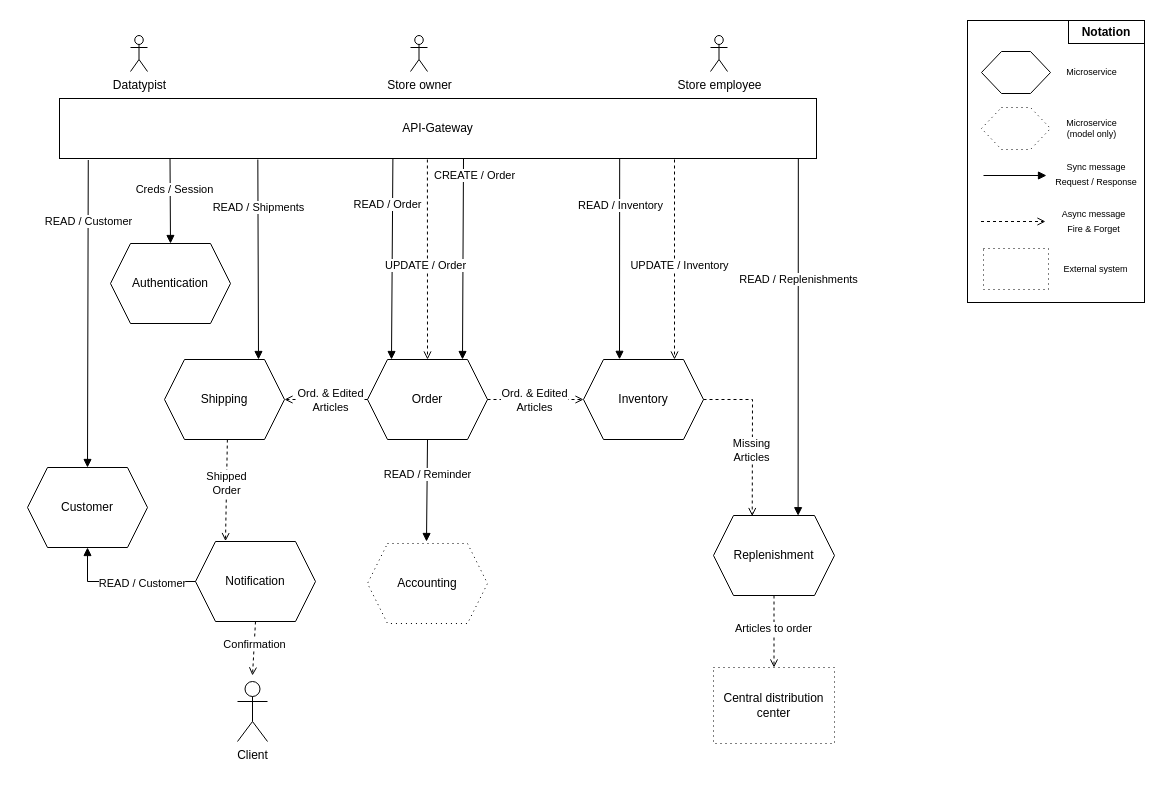
Above: documentation/src/docs/asciidoc/diagrams/microservice-diagram.drawio in davidohnee/swda (draw.io), before the change. Source tidied: cells renumbered, new cells numbered last; positions are measured from the earlier drawing's top-left corner, leaving out a move shared by most shapes. Both pictures are drawn from the tidied source at 100%, with x=0, y=0 at pixel (27, 17).
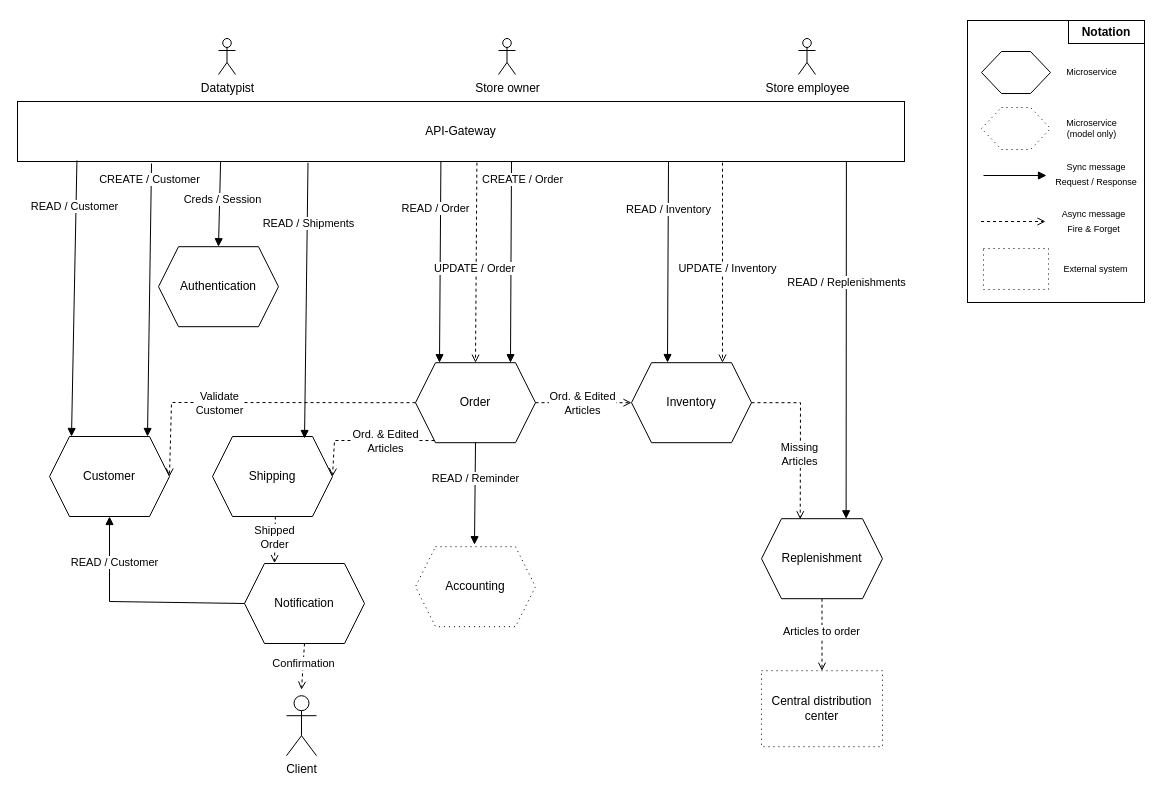
The same page after the edit.

Commit message (it also covers changes not shown here):
update microservice diagram

Change to the diagram source:
```diff
@@
     <mxCell id="9" value="API-Gateway" style="rounded=0;whiteSpace=wrap;html=1;" parent="1" vertex="1">
-      <mxGeometry x="32" y="81" width="757" height="60" as="geometry" />
+      <mxGeometry x="-10" y="84" width="887" height="60" as="geometry" />
     </mxCell>
     <mxCell id="10" value="Shipping" style="shape=hexagon;perimeter=hexagonPerimeter2;whiteSpace=wrap;html=1;fixedSize=1;" parent="1" vertex="1">
-      <mxGeometry x="137" y="342" width="120" height="80" as="geometry" />
+      <mxGeometry x="185" y="419" width="120" height="80" as="geometry" />
     </mxCell>
     <mxCell id="11" value="Order" style="shape=hexagon;perimeter=hexagonPerimeter2;whiteSpace=wrap;html=1;fixedSize=1;" parent="1" vertex="1">
-      <mxGeometry x="340" y="342" width="120" height="80" as="geometry" />
+      <mxGeometry x="388" y="345.2" width="120" height="80" as="geometry" />
     </mxCell>
     <mxCell id="12" value="Inventory" style="shape=hexagon;perimeter=hexagonPerimeter2;whiteSpace=wrap;html=1;fixedSize=1;" parent="1" vertex="1">
-      <mxGeometry x="556" y="342" width="120" height="80" as="geometry" />
+      <mxGeometry x="604" y="345.2" width="120" height="80" as="geometry" />
     </mxCell>
     <mxCell id="13" value="Authentication" style="shape=hexagon;perimeter=hexagonPerimeter2;whiteSpace=wrap;html=1;fixedSize=1;" parent="1" vertex="1">
-      <mxGeometry x="83" y="226" width="120" height="80" as="geometry" />
+      <mxGeometry x="131" y="229.2" width="120" height="80" as="geometry" />
     </mxCell>
@@
-    <mxCell id="16" style="html=1;verticalAlign=bottom;labelBackgroundColor=none;endArrow=block;endFill=1;rounded=0;exitX=0.146;exitY=1;exitDx=0;exitDy=0;exitPerimeter=0;entryX=0.5;entryY=0;entryDx=0;entryDy=0;" parent="1" edge="1" source="9" target="13">
-      <mxGeometry relative="1" as="geometry" />
+    <mxCell id="16" style="html=1;verticalAlign=bottom;labelBackgroundColor=none;endArrow=block;endFill=1;rounded=0;exitX=0.146;exitY=1;exitDx=0;exitDy=0;exitPerimeter=0;entryX=0.5;entryY=0;entryDx=0;entryDy=0;" parent="1" edge="1" target="13">
+      <mxGeometry relative="1" as="geometry">
+        <mxPoint x="193.1" y="144.2" as="sourcePoint" />
+      </mxGeometry>
     </mxCell>
     <mxCell id="17" value="Creds / Session" style="edgeLabel;html=1;align=center;verticalAlign=middle;" parent="16" vertex="1">
       <mxGeometry x="-0.06" y="-1" relative="1" as="geometry">
-        <mxPoint x="5" y="-10" as="offset" />
+        <mxPoint x="3" y="-3" as="offset" />
       </mxGeometry>
     </mxCell>
@@
-    <mxCell id="20" style="html=1;verticalAlign=bottom;labelBackgroundColor=none;endArrow=block;endFill=1;rounded=0;entryX=0.625;entryY=0;entryDx=0;entryDy=0;exitX=0.262;exitY=1.017;exitDx=0;exitDy=0;exitPerimeter=0;" parent="1" edge="1" source="9">
+    <mxCell id="20" style="html=1;verticalAlign=bottom;labelBackgroundColor=none;endArrow=block;endFill=1;rounded=0;entryX=0.767;entryY=0.025;entryDx=0;entryDy=0;exitX=0.262;exitY=1.017;exitDx=0;exitDy=0;exitPerimeter=0;entryPerimeter=0;" parent="1" edge="1" target="10">
       <mxGeometry relative="1" as="geometry">
-        <mxPoint x="231" y="342" as="targetPoint" />
+        <mxPoint x="280.5" y="145.2" as="sourcePoint" />
       </mxGeometry>
     </mxCell>
     <mxCell id="21" value="READ / Shipments" style="edgeLabel;html=1;align=center;verticalAlign=middle;" parent="20" vertex="1">
       <mxGeometry x="-0.06" y="-1" relative="1" as="geometry">
-        <mxPoint x="1" y="-47" as="offset" />
+        <mxPoint x="3" y="-70" as="offset" />
       </mxGeometry>
     </mxCell>
     <mxCell id="22" style="html=1;verticalAlign=bottom;labelBackgroundColor=none;endArrow=block;endFill=1;rounded=0;entryX=0.292;entryY=0.005;entryDx=0;entryDy=0;entryPerimeter=0;exitX=0.455;exitY=1.006;exitDx=0;exitDy=0;exitPerimeter=0;" parent="1" edge="1">
       <mxGeometry relative="1" as="geometry">
-        <mxPoint x="365.4" y="141" as="sourcePoint" />
-        <mxPoint x="364" y="342" as="targetPoint" />
+        <mxPoint x="413.4" y="144.2" as="sourcePoint" />
+        <mxPoint x="412" y="345.2" as="targetPoint" />
       </mxGeometry>
     </mxCell>
@@
-    <mxCell id="24" style="html=1;verticalAlign=bottom;labelBackgroundColor=none;endArrow=block;endFill=1;rounded=0;entryX=0.3;entryY=-0.002;entryDx=0;entryDy=0;entryPerimeter=0;exitX=0.74;exitY=1;exitDx=0;exitDy=0;exitPerimeter=0;" parent="1" edge="1" source="9" target="12">
-      <mxGeometry relative="1" as="geometry" />
+    <mxCell id="24" style="html=1;verticalAlign=bottom;labelBackgroundColor=none;endArrow=block;endFill=1;rounded=0;entryX=0.3;entryY=-0.002;entryDx=0;entryDy=0;entryPerimeter=0;exitX=0.74;exitY=1;exitDx=0;exitDy=0;exitPerimeter=0;" parent="1" edge="1" target="12">
+      <mxGeometry relative="1" as="geometry">
+        <mxPoint x="641" y="144.2" as="sourcePoint" />
+      </mxGeometry>
     </mxCell>
@@
     <mxCell id="26" value="Replenishment" style="shape=hexagon;perimeter=hexagonPerimeter2;whiteSpace=wrap;html=1;fixedSize=1;" parent="1" vertex="1">
-      <mxGeometry x="686" y="498" width="121" height="80" as="geometry" />
+      <mxGeometry x="734" y="501.2" width="121" height="80" as="geometry" />
     </mxCell>
-    <mxCell id="27" style="html=1;verticalAlign=bottom;labelBackgroundColor=none;endArrow=block;endFill=1;rounded=0;exitX=0.976;exitY=0.997;exitDx=0;exitDy=0;exitPerimeter=0;entryX=0.23;entryY=0.002;entryDx=0;entryDy=0;entryPerimeter=0;" parent="1" edge="1" source="9">
+    <mxCell id="27" style="html=1;verticalAlign=bottom;labelBackgroundColor=none;endArrow=block;endFill=1;rounded=0;exitX=0.976;exitY=0.997;exitDx=0;exitDy=0;exitPerimeter=0;entryX=0.23;entryY=0.002;entryDx=0;entryDy=0;entryPerimeter=0;" parent="1" edge="1">
       <mxGeometry relative="1" as="geometry">
-        <mxPoint x="770.6" y="498.2" as="targetPoint" />
+        <mxPoint x="818.9" y="144" as="sourcePoint" />
+        <mxPoint x="818.6" y="501.3" as="targetPoint" />
       </mxGeometry>
     </mxCell>
@@
     <mxCell id="29" style="html=1;verticalAlign=bottom;labelBackgroundColor=none;endArrow=block;endFill=1;rounded=0;entryX=0.292;entryY=0.005;entryDx=0;entryDy=0;entryPerimeter=0;exitX=0.455;exitY=1.006;exitDx=0;exitDy=0;exitPerimeter=0;" parent="1" edge="1">
       <mxGeometry relative="1" as="geometry">
-        <mxPoint x="436" y="141" as="sourcePoint" />
-        <mxPoint x="435" y="342" as="targetPoint" />
+        <mxPoint x="484" y="144.2" as="sourcePoint" />
+        <mxPoint x="483" y="345.2" as="targetPoint" />
       </mxGeometry>
     </mxCell>
@@
     <mxCell id="31" style="html=1;verticalAlign=bottom;labelBackgroundColor=none;endArrow=open;endFill=0;dashed=1;rounded=0;exitX=1;exitY=0.5;exitDx=0;exitDy=0;entryX=0.32;entryY=0.007;entryDx=0;entryDy=0;entryPerimeter=0;" parent="1" edge="1" source="12" target="26">
       <mxGeometry relative="1" as="geometry">
         <Array as="points">
-          <mxPoint x="725" y="382" />
+          <mxPoint x="773" y="385.2" />
         </Array>
       </mxGeometry>
     </mxCell>
@@
     <mxCell id="33" value="Notification" style="shape=hexagon;perimeter=hexagonPerimeter2;whiteSpace=wrap;html=1;fixedSize=1;" parent="1" vertex="1">
-      <mxGeometry x="168" y="524" width="120" height="80" as="geometry" />
+      <mxGeometry x="217" y="546" width="120" height="80" as="geometry" />
     </mxCell>
     <mxCell id="34" value="Customer" style="shape=hexagon;perimeter=hexagonPerimeter2;whiteSpace=wrap;html=1;fixedSize=1;" parent="1" vertex="1">
-      <mxGeometry y="450" width="120" height="80" as="geometry" />
+      <mxGeometry x="22" y="419" width="120" height="80" as="geometry" />
     </mxCell>
@@
     <mxCell id="37" style="html=1;verticalAlign=bottom;labelBackgroundColor=none;endArrow=block;endFill=1;rounded=0;exitX=0;exitY=0.5;exitDx=0;exitDy=0;entryX=0.5;entryY=1;entryDx=0;entryDy=0;" parent="1" edge="1" source="33" target="34">
       <mxGeometry relative="1" as="geometry">
         <Array as="points">
-          <mxPoint x="60" y="564" />
+          <mxPoint x="82" y="584" />
         </Array>
       </mxGeometry>
     </mxCell>
     <mxCell id="38" value="READ / Customer" style="edgeLabel;html=1;align=center;verticalAlign=middle;" parent="37" vertex="1">
       <mxGeometry x="0.35" relative="1" as="geometry">
-        <mxPoint x="42" y="1" as="offset" />
+        <mxPoint x="4" y="-26" as="offset" />
       </mxGeometry>
     </mxCell>
@@
-    <mxCell id="41" style="html=1;verticalAlign=bottom;labelBackgroundColor=none;endArrow=open;endFill=0;dashed=1;rounded=0;exitX=0.486;exitY=1.017;exitDx=0;exitDy=0;entryX=0.5;entryY=0;entryDx=0;entryDy=0;exitPerimeter=0;" parent="1" edge="1" source="9" target="11">
-      <mxGeometry relative="1" as="geometry" />
+    <mxCell id="41" style="html=1;verticalAlign=bottom;labelBackgroundColor=none;endArrow=open;endFill=0;dashed=1;rounded=0;exitX=0.486;exitY=1.017;exitDx=0;exitDy=0;entryX=0.5;entryY=0;entryDx=0;entryDy=0;exitPerimeter=0;" parent="1" edge="1" target="11">
+      <mxGeometry relative="1" as="geometry">
+        <mxPoint x="449.4" y="145.2" as="sourcePoint" />
+      </mxGeometry>
     </mxCell>
@@
     <mxCell id="43" value="Client" style="shape=umlActor;verticalLabelPosition=bottom;verticalAlign=top;html=1;" parent="1" vertex="1">
-      <mxGeometry x="210" y="664" width="30" height="60" as="geometry" />
+      <mxGeometry x="259" y="678.2" width="30" height="60" as="geometry" />
     </mxCell>
     <mxCell id="44" style="html=1;verticalAlign=bottom;labelBackgroundColor=none;endArrow=open;endFill=0;dashed=1;rounded=0;exitX=0.5;exitY=1;exitDx=0;exitDy=0;" parent="1" edge="1" source="33">
       <mxGeometry relative="1" as="geometry">
-        <mxPoint x="225" y="658" as="targetPoint" />
+        <mxPoint x="274" y="672.2" as="targetPoint" />
       </mxGeometry>
     </mxCell>
@@
     <mxCell id="46" value="Accounting" style="shape=hexagon;perimeter=hexagonPerimeter2;whiteSpace=wrap;html=1;fixedSize=1;dashed=1;dashPattern=1 4;" parent="1" vertex="1">
-      <mxGeometry x="340" y="526" width="120" height="80" as="geometry" />
+      <mxGeometry x="388" y="529.2" width="120" height="80" as="geometry" />
     </mxCell>
     <mxCell id="47" style="html=1;verticalAlign=bottom;labelBackgroundColor=none;endArrow=block;endFill=1;rounded=0;exitX=0.5;exitY=1;exitDx=0;exitDy=0;" parent="1" edge="1" source="11">
       <mxGeometry relative="1" as="geometry">
-        <mxPoint x="399" y="524" as="targetPoint" />
+        <mxPoint x="447" y="527.2" as="targetPoint" />
       </mxGeometry>
     </mxCell>
@@
-    <mxCell id="49" style="html=1;verticalAlign=bottom;labelBackgroundColor=none;endArrow=open;endFill=0;dashed=1;rounded=0;exitX=0;exitY=0.5;exitDx=0;exitDy=0;entryX=1;entryY=0.5;entryDx=0;entryDy=0;" parent="1" edge="1" source="11" target="10">
-      <mxGeometry relative="1" as="geometry" />
+    <mxCell id="49" style="html=1;verticalAlign=bottom;labelBackgroundColor=none;endArrow=open;endFill=0;dashed=1;rounded=0;exitX=0.158;exitY=0.973;exitDx=0;exitDy=0;entryX=1;entryY=0.5;entryDx=0;entryDy=0;exitPerimeter=0;" parent="1" edge="1" source="11" target="10">
+      <mxGeometry relative="1" as="geometry">
+        <Array as="points">
+          <mxPoint x="307" y="423" />
+        </Array>
+      </mxGeometry>
     </mxCell>
     <mxCell id="50" value="Ord. &amp;amp; Edited&lt;br&gt;Articles" style="edgeLabel;html=1;align=center;verticalAlign=middle;" parent="49" vertex="1">
       <mxGeometry x="-0.01" relative="1" as="geometry">
-        <mxPoint x="3" as="offset" />
+        <mxPoint x="18" as="offset" />
       </mxGeometry>
     </mxCell>
     <mxCell id="51" style="html=1;verticalAlign=bottom;labelBackgroundColor=none;endArrow=open;endFill=0;dashed=1;rounded=0;exitX=0.486;exitY=1.017;exitDx=0;exitDy=0;entryX=0.5;entryY=0;entryDx=0;entryDy=0;exitPerimeter=0;" parent="1" edge="1">
       <mxGeometry relative="1" as="geometry">
-        <mxPoint x="647" y="142" as="sourcePoint" />
-        <mxPoint x="647" y="342" as="targetPoint" />
+        <mxPoint x="695" y="145.2" as="sourcePoint" />
+        <mxPoint x="695" y="345.2" as="targetPoint" />
       </mxGeometry>
     </mxCell>
@@
     <mxCell id="55" value="Central distribution center" style="rounded=0;whiteSpace=wrap;html=1;dashed=1;dashPattern=1 4;" parent="1" vertex="1">
-      <mxGeometry x="686" y="650" width="121" height="76" as="geometry" />
+      <mxGeometry x="734" y="653.2" width="121" height="76" as="geometry" />
     </mxCell>
@@
     <mxCell id="58" value="Datatypist" style="shape=umlActor;verticalLabelPosition=bottom;verticalAlign=top;html=1;" parent="1" vertex="1">
-      <mxGeometry x="103" y="18" width="17" height="36" as="geometry" />
+      <mxGeometry x="191" y="21" width="17" height="36" as="geometry" />
     </mxCell>
     <mxCell id="59" value="Store owner" style="shape=umlActor;verticalLabelPosition=bottom;verticalAlign=top;html=1;" parent="1" vertex="1">
-      <mxGeometry x="383" y="18" width="17" height="36" as="geometry" />
+      <mxGeometry x="471" y="21" width="17" height="36" as="geometry" />
     </mxCell>
     <mxCell id="60" value="Store employee" style="shape=umlActor;verticalLabelPosition=bottom;verticalAlign=top;html=1;" parent="1" vertex="1">
-      <mxGeometry x="683" y="18" width="17" height="36" as="geometry" />
+      <mxGeometry x="771" y="21" width="17" height="36" as="geometry" />
     </mxCell>
-    <mxCell id="61" style="html=1;verticalAlign=bottom;labelBackgroundColor=none;endArrow=block;endFill=1;rounded=0;entryX=0.5;entryY=0;entryDx=0;entryDy=0;exitX=0.038;exitY=1.025;exitDx=0;exitDy=0;exitPerimeter=0;" parent="1" edge="1" source="9" target="34">
-      <mxGeometry relative="1" as="geometry" />
+    <mxCell id="61" style="html=1;verticalAlign=bottom;labelBackgroundColor=none;endArrow=block;endFill=1;rounded=0;entryX=0.5;entryY=0;entryDx=0;entryDy=0;exitX=0.067;exitY=0.983;exitDx=0;exitDy=0;exitPerimeter=0;" parent="1" edge="1" source="9">
+      <mxGeometry relative="1" as="geometry">
+        <mxPoint x="44" y="419" as="targetPoint" />
+      </mxGeometry>
     </mxCell>
@@
+    <mxCell id="63" style="html=1;verticalAlign=bottom;labelBackgroundColor=none;endArrow=block;endFill=1;rounded=0;entryX=0.5;entryY=0;entryDx=0;entryDy=0;" parent="1" edge="1">
+      <mxGeometry relative="1" as="geometry">
+        <mxPoint x="124" y="146" as="sourcePoint" />
+        <mxPoint x="120" y="419" as="targetPoint" />
+      </mxGeometry>
+    </mxCell>
+    <mxCell id="64" value="CREATE / Customer" style="edgeLabel;html=1;align=center;verticalAlign=middle;" parent="63" vertex="1">
+      <mxGeometry x="-0.06" y="-1" relative="1" as="geometry">
+        <mxPoint y="-112" as="offset" />
+      </mxGeometry>
+    </mxCell>
+    <mxCell id="65" style="html=1;verticalAlign=bottom;labelBackgroundColor=none;endArrow=open;endFill=0;dashed=1;rounded=0;exitX=0;exitY=0.5;exitDx=0;exitDy=0;entryX=1;entryY=0.5;entryDx=0;entryDy=0;" parent="1" edge="1" source="11" target="34">
+      <mxGeometry relative="1" as="geometry">
+        <Array as="points">
+          <mxPoint x="144" y="385" />
+        </Array>
+      </mxGeometry>
+    </mxCell>
+    <mxCell id="66" value="Validate &lt;br&gt;Customer" style="edgeLabel;html=1;align=center;verticalAlign=middle;" parent="65" vertex="1">
+      <mxGeometry x="-0.01" relative="1" as="geometry">
+        <mxPoint x="-40" as="offset" />
+      </mxGeometry>
+    </mxCell>
```
